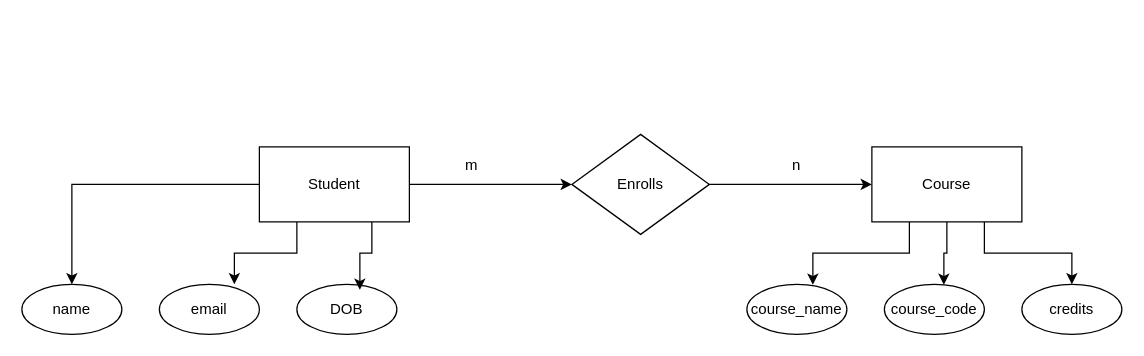
milindaM12/MSE800 keeps this draw.io diagram as Week3/Week3-activity1.drawio. Above is the earlier version. Source tidied: cells renumbered, new cells numbered last; positions are measured from the earlier drawing's top-left corner, leaving out a move shared by most shapes. Both pictures are drawn from the tidied source at 125%, with x=0, y=0 at pixel (21, 134).
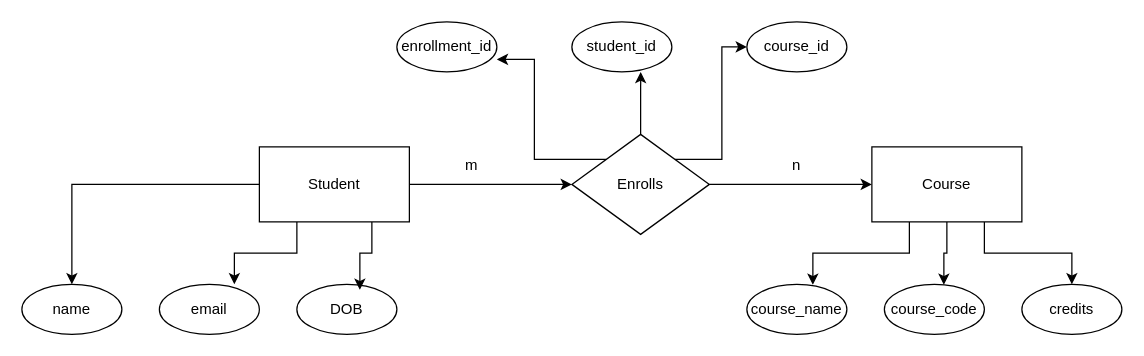
The same diagram, later.

The change refers to these unchanged cells:
```xml
<mxCell id="4" value="Student" style="rounded=0;whiteSpace=wrap;html=1;" parent="1" vertex="1">
  <mxGeometry x="190" y="10" width="120" height="60" as="geometry" />
</mxCell>
<mxCell id="8" value="Enrolls" style="rhombus;whiteSpace=wrap;html=1;" parent="1" vertex="1">
  <mxGeometry x="440" width="110" height="80" as="geometry" />
</mxCell>
<mxCell id="9" value="name" style="ellipse;whiteSpace=wrap;html=1;" parent="1" vertex="1">
  <mxGeometry y="120" width="80" height="40" as="geometry" />
</mxCell>
```

Change to the diagram source:
```diff
@@
+    <mxCell id="3" style="edgeStyle=orthogonalEdgeStyle;rounded=0;jettySize=auto;html=1;" parent="1" edge="1" source="4" target="9">
+      <mxGeometry relative="1" as="geometry" />
+    </mxCell>
-    <mxCell id="2" style="edgeStyle=orthogonalEdgeStyle;rounded=0;jettySize=auto;html=1;entryX=0;entryY=0.5;entryDx=0;entryDy=0;" parent="1" edge="1" source="4" target="8">
+    <mxCell id="2" style="edgeStyle=orthogonalEdgeStyle;rounded=0;jettySize=auto;html=1;exitX=1;exitY=0.5;exitDx=0;exitDy=0;entryX=0;entryY=0.5;entryDx=0;entryDy=0;" parent="1" edge="1" source="4" target="8">
       <mxGeometry relative="1" as="geometry" />
     </mxCell>
-    <mxCell id="3" style="edgeStyle=orthogonalEdgeStyle;rounded=0;jettySize=auto;html=1;" parent="1" edge="1" source="4" target="9">
-      <mxGeometry relative="1" as="geometry" />
-    </mxCell>
@@
+    <mxCell id="21" style="edgeStyle=orthogonalEdgeStyle;rounded=0;jettySize=auto;html=1;exitX=1;exitY=0;exitDx=0;exitDy=0;entryX=0;entryY=0.5;entryDx=0;entryDy=0;" parent="1" edge="1" source="8" target="24">
+      <mxGeometry relative="1" as="geometry">
+        <Array as="points">
+          <mxPoint x="560" y="20" />
+          <mxPoint x="560" y="-70" />
+        </Array>
+      </mxGeometry>
+    </mxCell>
@@
+    <mxCell id="22" value="enrollment_id" style="ellipse;whiteSpace=wrap;html=1;" parent="1" vertex="1">
+      <mxGeometry x="300" y="-90" width="80" height="40" as="geometry" />
+    </mxCell>
+    <mxCell id="23" value="student_id" style="ellipse;whiteSpace=wrap;html=1;" parent="1" vertex="1">
+      <mxGeometry x="440" y="-90" width="80" height="40" as="geometry" />
+    </mxCell>
+    <mxCell id="24" value="course_id" style="ellipse;whiteSpace=wrap;html=1;" parent="1" vertex="1">
+      <mxGeometry x="580" y="-90" width="80" height="40" as="geometry" />
+    </mxCell>
+    <mxCell id="25" style="edgeStyle=orthogonalEdgeStyle;rounded=0;jettySize=auto;html=1;exitX=0;exitY=0;exitDx=0;exitDy=0;entryX=1;entryY=0.75;entryDx=0;entryDy=0;entryPerimeter=0;" parent="1" edge="1" source="8" target="22">
+      <mxGeometry relative="1" as="geometry" />
+    </mxCell>
+    <mxCell id="26" style="edgeStyle=orthogonalEdgeStyle;rounded=0;jettySize=auto;html=1;exitX=0.5;exitY=0;exitDx=0;exitDy=0;entryX=0.688;entryY=1;entryDx=0;entryDy=0;entryPerimeter=0;" parent="1" edge="1" source="8" target="23">
+      <mxGeometry relative="1" as="geometry" />
+    </mxCell>
```
